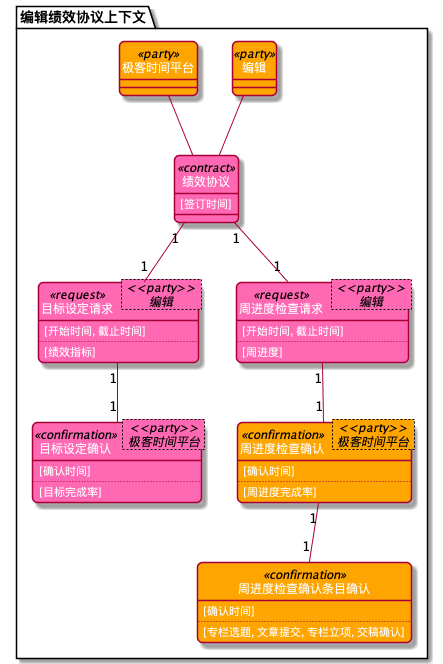
This is images/editor_performance_diagram.png from behring/8x-flow-diagram, a PlantUML export, as it was before one commit.
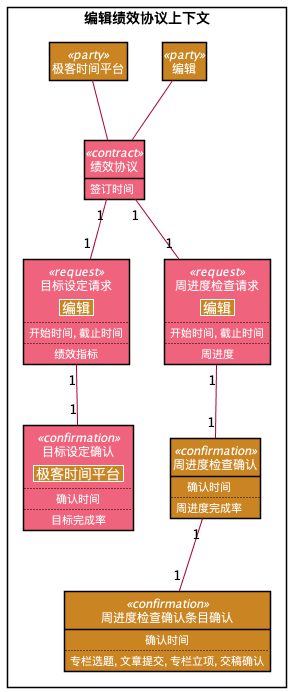
The same file after the commit.

What changed in the source:
```diff
@@ -1,66 +1,77 @@
 @startuml
-skinparam classFontColor White
-skinparam classAttributeFontColor White
-skinparam roundCorner 10
-hide circle
-        package 编辑绩效协议上下文 {
-class 编辑
-class 极客时间平台
-class 绩效协议
-class 目标设定请求
-class 目标设定确认
-class 周进度检查请求
-class 周进度检查确认
-class 周进度检查确认条目确认
+skinparam class {
+   BorderColor black
+   FontColor White
+   AttributeFontColor White
+   StereotypeFontColor White
 }
-class 编辑 <<party>> #orange
+skinparam defaultTextAlignment center
+skinparam style strictuml
+hide empty members
+        rectangle 编辑绩效协议上下文 {
+class 编辑 #CA8422
+class 极客时间平台 #CA8422
+class 绩效协议 #transparent
+class 目标设定请求 #transparent
+class 目标设定确认 #transparent
+class 周进度检查请求 #transparent
+class 周进度检查确认 #transparent
+class 周进度检查确认条目确认 #transparent
+}
+class 编辑 <<party>> #CA8422
 编辑  --  绩效协议
 
-class 极客时间平台 <<party>> #orange
+class 极客时间平台 <<party>> #CA8422
 极客时间平台  --  绩效协议
 
 
-class 绩效协议<<contract>> #HotPink{
-    [签订时间]
+class 绩效协议 <<contract>> #F0637C{
+    签订时间
 
 
 }
 绩效协议  "1" -- "1"  目标设定请求
 
-class 目标设定请求< <<party>> \n 编辑 ><<request>> #HotPink{
-    [开始时间, 截止时间]
-    ..
-    [绩效指标]
-}
+class 目标设定请求 <<request>> #F0637C{
+   |<#CA8422> <size:14>编辑</size> |
+..
+ 开始时间, 截止时间
+   ..
+   绩效指标
+            }
 目标设定请求  "1" -- "1"  目标设定确认
 
 
-class 目标设定确认< <<party>> \n 极客时间平台 ><<confirmation>> #HotPink{
-    [确认时间]
-    ..
-    [目标完成率]
-}
+class 目标设定确认 <<confirmation>> #F0637C{
+   |<#CA8422> <size:14>极客时间平台</size> |
+..
+ 确认时间
+   ..
+   目标完成率
+            }
 
 绩效协议  "1" -- "1"  周进度检查请求
 
-class 周进度检查请求< <<party>> \n 编辑 ><<request>> #HotPink{
-    [开始时间, 截止时间]
-    ..
-    [周进度]
-}
+class 周进度检查请求 <<request>> #F0637C{
+   |<#CA8422> <size:14>编辑</size> |
+..
+ 开始时间, 截止时间
+   ..
+   周进度
+            }
 周进度检查请求  "1" -- "1"  周进度检查确认
 
 
-class 周进度检查确认< <<party>> \n 极客时间平台 ><<confirmation>> #Orange{
-    [确认时间]
-    ..
-    [周进度完成率]
+class 周进度检查确认 <<confirmation>> #CA8422{
+    确认时间
+   ..
+   周进度完成率
 }
 
-class 周进度检查确认条目确认<<confirmation>> #Orange{
-    [确认时间]
-    ..
-    [专栏选题, 文章提交, 专栏立项, 交稿确认]
+class 周进度检查确认条目确认 <<confirmation>> #CA8422{
+    确认时间
+   ..
+   专栏选题, 文章提交, 专栏立项, 交稿确认
 }
 
 周进度检查确认  "1" -- "1"  周进度检查确认条目确认
```
